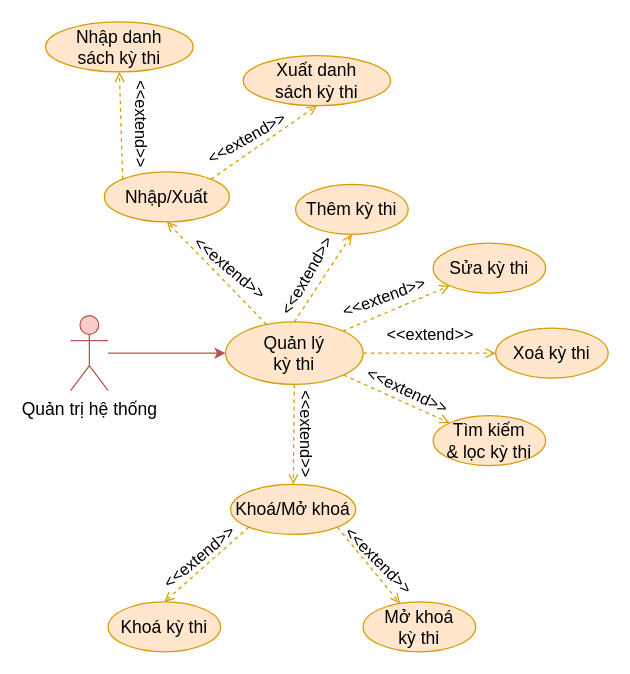
Before: document/temp/draw/usecase_phanra/usecase_kythi.drawio in copecute/Edudex-Quiz, a draw.io diagram. Source tidied: cells renumbered, new cells numbered last; positions are measured from the earlier drawing's top-left corner, leaving out a move shared by most shapes. Both pictures are drawn from the tidied source at 125%, with x=0, y=0 at pixel (45, 21).
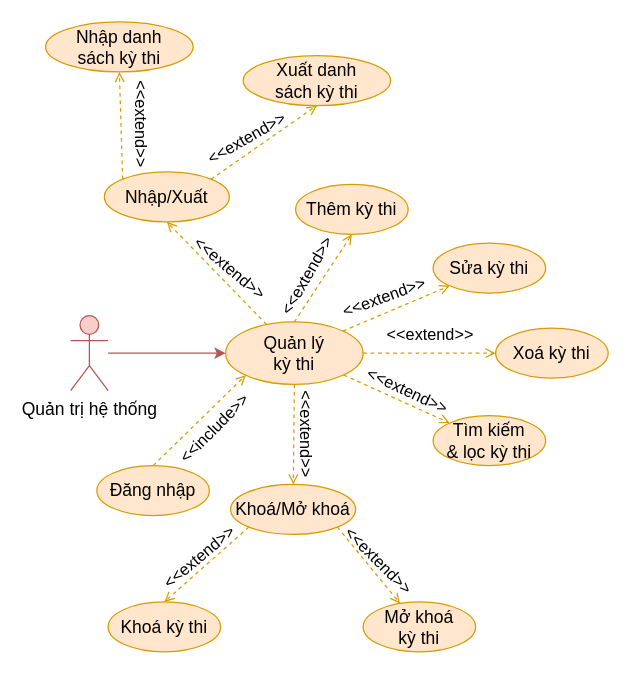
The same page after the edit.

The change refers to these unchanged cells:
```xml
<mxCell id="5" value="Quản lý&lt;br style=&quot;font-size: 14px;&quot;&gt;kỳ thi" style="ellipse;whiteSpace=wrap;html=1;fillColor=#ffe6cc;strokeColor=#d79b00;fontSize=14;" parent="1" vertex="1">
  <mxGeometry x="144" y="240" width="110" height="50" as="geometry" />
</mxCell>
```

Diff of the diagram source:
```diff
@@
+    <mxCell id="35" style="rounded=0;jettySize=auto;html=1;exitX=0.5;exitY=0;exitDx=0;exitDy=0;entryX=0;entryY=1;entryDx=0;entryDy=0;fillColor=#ffe6cc;strokeColor=#d79b00;endArrow=open;endFill=0;dashed=1;" parent="1" edge="1" source="36" target="5">
+      <mxGeometry relative="1" as="geometry" />
+    </mxCell>
+    <mxCell id="36" value="Đăng nhập" style="ellipse;whiteSpace=wrap;html=1;fillColor=#ffe6cc;strokeColor=#d79b00;fontSize=14;" parent="1" vertex="1">
+      <mxGeometry x="41" y="355" width="90" height="40" as="geometry" />
+    </mxCell>
+    <mxCell id="37" value="&lt;font style=&quot;font-size: 13px;&quot;&gt;&amp;lt;&amp;lt;include&amp;gt;&amp;gt;&lt;/font&gt;" style="text;html=1;strokeColor=none;fillColor=none;align=center;verticalAlign=middle;whiteSpace=wrap;rounded=0;rotation=-45;fontSize=13;" parent="1" vertex="1">
+      <mxGeometry x="105" y="310" width="60" height="30" as="geometry" />
+    </mxCell>
```
